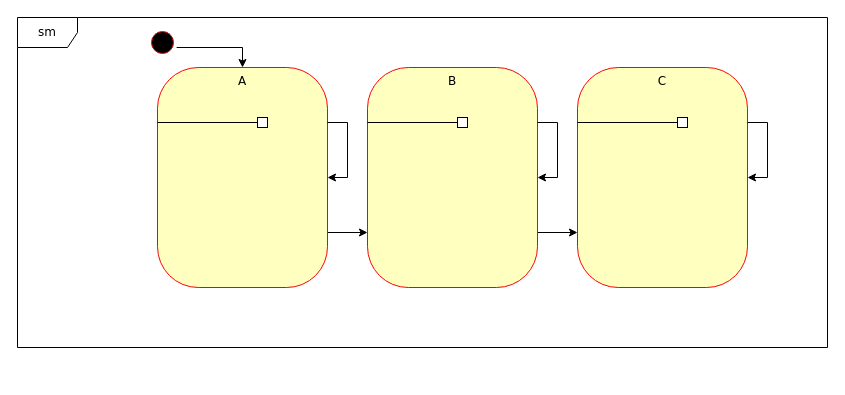
Above: vsprojs/UnitTests/SelfTransitionTest.drawio in mrstefangrimm/TemplateStateMachine (draw.io), before the change. Source tidied: cells renumbered, new cells numbered last; positions are measured from the earlier drawing's top-left corner, leaving out a move shared by most shapes. Both pictures are drawn from the tidied source at 100%, with x=0, y=0 at pixel (17, 17).
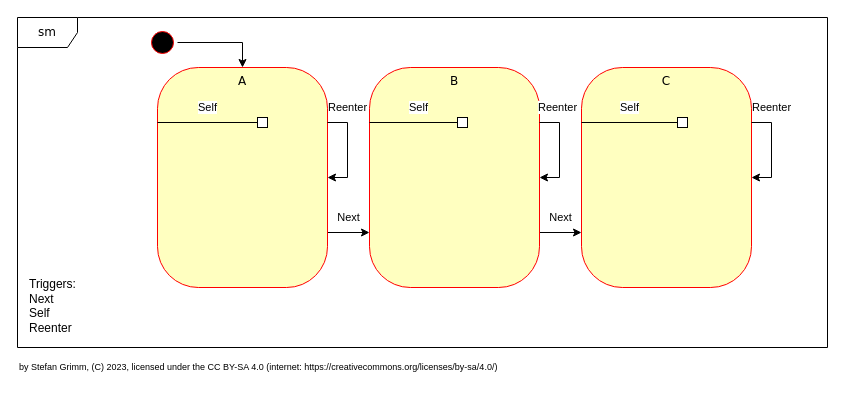
Above is the later version.

The change refers to these unchanged cells:
```xml
<mxCell id="4" value="A" style="rounded=1;whiteSpace=wrap;html=1;arcSize=24;fillColor=#ffffc0;strokeColor=#ff0000;shadow=0;comic=0;labelBackgroundColor=none;fontFamily=Verdana;fontSize=12;fontColor=#000000;align=center;verticalAlign=top;" parent="1" vertex="1">
  <mxGeometry x="140" y="50" width="170" height="220" as="geometry" />
</mxCell>
<mxCell id="6" style="ellipse;html=1;shape=startState;fillColor=#000000;strokeColor=#ff0000;rounded=1;shadow=0;comic=0;labelBackgroundColor=none;fontFamily=Verdana;fontSize=12;fontColor=#000000;align=center;direction=south;" parent="1" vertex="1">
  <mxGeometry x="130" y="10" width="30" height="30" as="geometry" />
</mxCell>
<mxCell id="9" style="whiteSpace=wrap;html=1;" parent="1" vertex="1">
  <mxGeometry x="240" y="100" width="10" height="10" as="geometry" />
</mxCell>
<mxCell id="14" style="whiteSpace=wrap;html=1;" parent="1" vertex="1">
  <mxGeometry x="440" y="100" width="10" height="10" as="geometry" />
</mxCell>
<mxCell id="18" style="whiteSpace=wrap;html=1;" parent="1" vertex="1">
  <mxGeometry x="660" y="100" width="10" height="10" as="geometry" />
</mxCell>
```

The edit, as a diff of the source:
```diff
@@
-    <mxCell id="3" style="edgeStyle=orthogonalEdgeStyle;rounded=0;jettySize=auto;html=1;entryX=0;entryY=0.75;entryDx=0;entryDy=0;exitX=1;exitY=0.75;exitDx=0;exitDy=0;" parent="1" edge="1" source="4" target="11">
-      <mxGeometry relative="1" as="geometry" />
+    <mxCell id="3" value="Next" style="edgeStyle=orthogonalEdgeStyle;rounded=0;jettySize=auto;html=1;entryX=0;entryY=0.75;entryDx=0;entryDy=0;exitX=1;exitY=0.75;exitDx=0;exitDy=0;" parent="1" edge="1" source="4" target="11">
+      <mxGeometry y="15" relative="1" as="geometry" />
     </mxCell>
@@
     <mxCell id="5" style="edgeStyle=orthogonalEdgeStyle;rounded=0;jettySize=auto;html=1;entryX=0.5;entryY=0;entryDx=0;entryDy=0;" parent="1" edge="1" source="6" target="4">
       <mxGeometry relative="1" as="geometry">
         <Array as="points">
-          <mxPoint x="225" y="30" />
+          <mxPoint x="225" y="25" />
         </Array>
       </mxGeometry>
     </mxCell>
@@
-    <mxCell id="7" style="endArrow=none;html=1;rounded=0;exitX=0;exitY=0.5;exitDx=0;exitDy=0;entryX=0;entryY=0.25;entryDx=0;entryDy=0;" parent="1" edge="1" source="9" target="4">
-      <mxGeometry relative="1" as="geometry" />
+    <mxCell id="7" value="Self" style="endArrow=none;html=1;rounded=0;exitX=0;exitY=0.5;exitDx=0;exitDy=0;entryX=0;entryY=0.25;entryDx=0;entryDy=0;" parent="1" edge="1" source="9" target="4">
+      <mxGeometry y="-15" relative="1" as="geometry" />
     </mxCell>
-    <mxCell id="8" style="edgeStyle=orthogonalEdgeStyle;rounded=0;orthogonalLoop=1;jettySize=auto;html=1;exitX=1;exitY=0.25;exitDx=0;exitDy=0;entryX=1;entryY=0.5;entryDx=0;entryDy=0;" parent="1" edge="1" source="4" target="4">
-      <mxGeometry relative="1" as="geometry" />
+    <mxCell id="8" value="Reenter" style="edgeStyle=orthogonalEdgeStyle;rounded=0;orthogonalLoop=1;jettySize=auto;html=1;exitX=1;exitY=0.25;exitDx=0;exitDy=0;entryX=1;entryY=0.5;entryDx=0;entryDy=0;" parent="1" edge="1" source="4" target="4">
+      <mxGeometry x="-0.58" y="-15" relative="1" as="geometry">
+        <mxPoint x="15" y="-15" as="offset" />
+      </mxGeometry>
     </mxCell>
@@
-    <mxCell id="10" style="edgeStyle=orthogonalEdgeStyle;rounded=0;jettySize=auto;html=1;exitX=1;exitY=0.75;exitDx=0;exitDy=0;entryX=0;entryY=0.75;entryDx=0;entryDy=0;" parent="1" edge="1" source="11" target="15">
-      <mxGeometry relative="1" as="geometry" />
+    <mxCell id="10" value="Next" style="edgeStyle=orthogonalEdgeStyle;rounded=0;jettySize=auto;html=1;exitX=1;exitY=0.75;exitDx=0;exitDy=0;entryX=0;entryY=0.75;entryDx=0;entryDy=0;" parent="1" edge="1" source="11" target="15">
+      <mxGeometry y="15" relative="1" as="geometry" />
     </mxCell>
     <mxCell id="11" value="B" style="rounded=1;whiteSpace=wrap;html=1;arcSize=24;fillColor=#ffffc0;strokeColor=#ff0000;shadow=0;comic=0;labelBackgroundColor=none;fontFamily=Verdana;fontSize=12;fontColor=#000000;align=center;verticalAlign=top;" parent="1" vertex="1">
-      <mxGeometry x="350" y="50" width="170" height="220" as="geometry" />
+      <mxGeometry x="352" y="50" width="170" height="220" as="geometry" />
     </mxCell>
-    <mxCell id="12" style="endArrow=none;html=1;rounded=0;exitX=0;exitY=0.5;exitDx=0;exitDy=0;entryX=0;entryY=0.25;entryDx=0;entryDy=0;" parent="1" edge="1" source="14" target="11">
-      <mxGeometry relative="1" as="geometry" />
+    <mxCell id="12" value="Self" style="endArrow=none;html=1;rounded=0;exitX=0;exitY=0.5;exitDx=0;exitDy=0;entryX=0;entryY=0.25;entryDx=0;entryDy=0;" parent="1" edge="1" source="14" target="11">
+      <mxGeometry x="-0.11" y="-15" relative="1" as="geometry" />
     </mxCell>
-    <mxCell id="13" style="edgeStyle=orthogonalEdgeStyle;rounded=0;orthogonalLoop=1;jettySize=auto;html=1;exitX=1;exitY=0.25;exitDx=0;exitDy=0;entryX=1;entryY=0.5;entryDx=0;entryDy=0;" parent="1" edge="1" source="11" target="11">
-      <mxGeometry relative="1" as="geometry" />
+    <mxCell id="13" value="Reenter" style="edgeStyle=orthogonalEdgeStyle;rounded=0;orthogonalLoop=1;jettySize=auto;html=1;exitX=1;exitY=0.25;exitDx=0;exitDy=0;entryX=1;entryY=0.5;entryDx=0;entryDy=0;" parent="1" edge="1" source="11" target="11">
+      <mxGeometry x="-0.62" y="15" relative="1" as="geometry" />
     </mxCell>
@@
     <mxCell id="15" value="C" style="rounded=1;whiteSpace=wrap;html=1;arcSize=24;fillColor=#ffffc0;strokeColor=#ff0000;shadow=0;comic=0;labelBackgroundColor=none;fontFamily=Verdana;fontSize=12;fontColor=#000000;align=center;verticalAlign=top;" parent="1" vertex="1">
-      <mxGeometry x="560" y="50" width="170" height="220" as="geometry" />
+      <mxGeometry x="564" y="50" width="170" height="220" as="geometry" />
     </mxCell>
-    <mxCell id="16" style="endArrow=none;html=1;rounded=0;exitX=0;exitY=0.5;exitDx=0;exitDy=0;entryX=0;entryY=0.25;entryDx=0;entryDy=0;" parent="1" edge="1" source="18" target="15">
-      <mxGeometry relative="1" as="geometry" />
+    <mxCell id="16" value="Self" style="endArrow=none;html=1;rounded=0;exitX=0;exitY=0.5;exitDx=0;exitDy=0;entryX=0;entryY=0.25;entryDx=0;entryDy=0;" parent="1" edge="1" source="18" target="15">
+      <mxGeometry y="-15" relative="1" as="geometry" />
     </mxCell>
-    <mxCell id="17" style="edgeStyle=orthogonalEdgeStyle;rounded=0;orthogonalLoop=1;jettySize=auto;html=1;exitX=1;exitY=0.25;exitDx=0;exitDy=0;entryX=1;entryY=0.5;entryDx=0;entryDy=0;" parent="1" edge="1" source="15" target="15">
-      <mxGeometry relative="1" as="geometry" />
+    <mxCell id="17" value="Reenter" style="edgeStyle=orthogonalEdgeStyle;rounded=0;orthogonalLoop=1;jettySize=auto;html=1;exitX=1;exitY=0.25;exitDx=0;exitDy=0;entryX=1;entryY=0.5;entryDx=0;entryDy=0;" parent="1" edge="1" source="15" target="15">
+      <mxGeometry x="-0.58" y="-15" relative="1" as="geometry">
+        <mxPoint x="15" y="-15" as="offset" />
+      </mxGeometry>
     </mxCell>
@@
+    <mxCell id="19" value="by Stefan Grimm, (C) 2023, licensed under the CC BY-SA 4.0 (internet: https://creativecommons.org/licenses/by-sa/4.0/)" style="text;html=1;strokeColor=none;fillColor=none;align=left;verticalAlign=middle;whiteSpace=wrap;rounded=0;fontSize=9;" parent="1" vertex="1">
+      <mxGeometry y="340" width="500" height="20" as="geometry" />
+    </mxCell>
+    <mxCell id="20" value="Triggers:&lt;br&gt;Next&lt;br&gt;Self&lt;br&gt;Reenter" style="text;html=1;strokeColor=none;fillColor=none;align=left;verticalAlign=bottom;whiteSpace=wrap;rounded=0;" parent="1" vertex="1">
+      <mxGeometry x="10" y="210" width="100" height="110" as="geometry" />
+    </mxCell>
```
